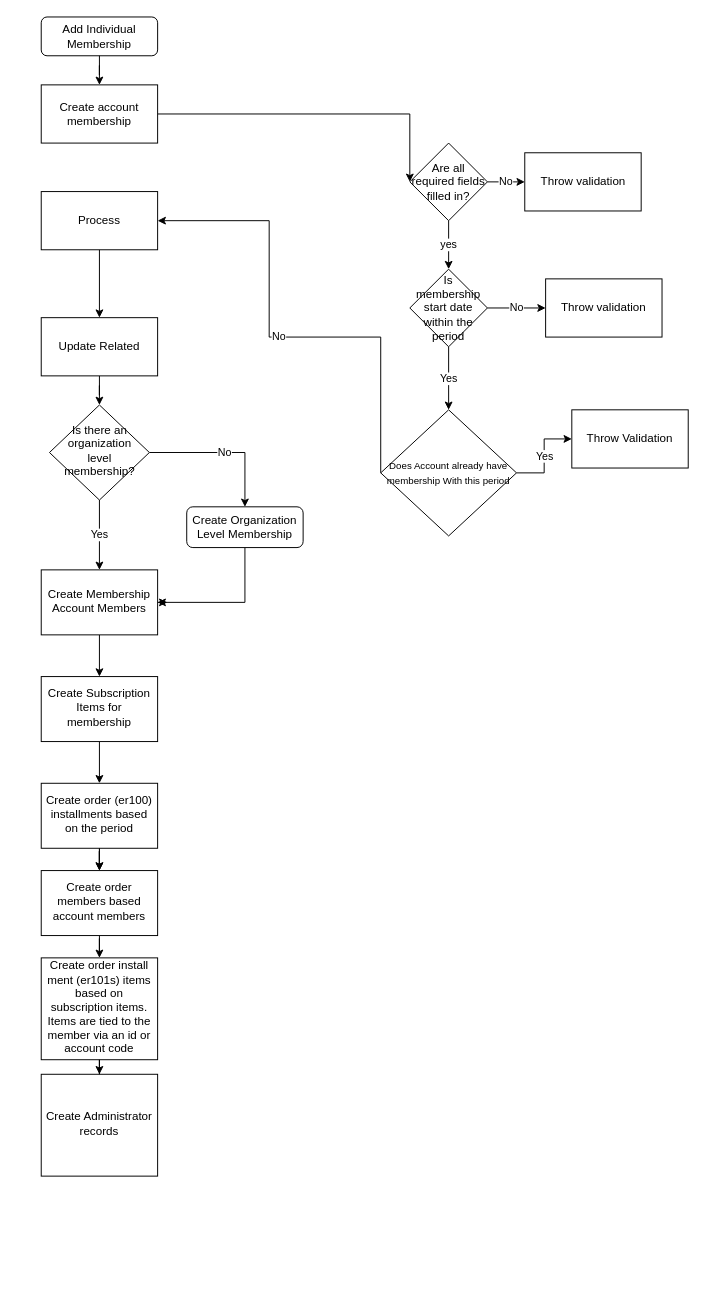
Above: MembershipAddIndividual.drawio in shelbyharris/Membership (draw.io), before the change. Source tidied: cells renumbered, new cells numbered last; positions are measured from the earlier drawing's top-left corner, leaving out a move shared by most shapes. Both pictures are drawn from the tidied source at 97%, with x=0, y=0 at pixel (41, 16).
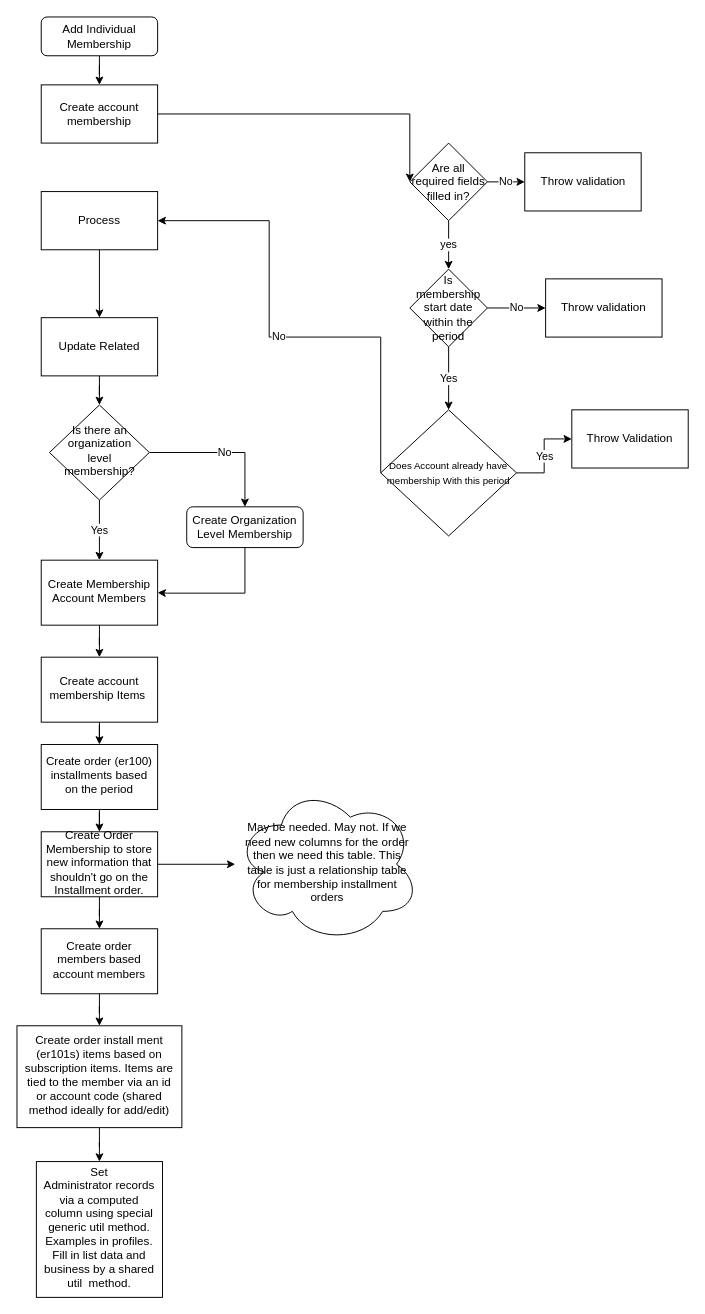
The same page after the edit.

Unchanged cells that the change refers to:
```xml
<mxCell id="4" value="Create Organization Level Membership" style="rounded=1;whiteSpace=wrap;html=1;fontSize=12;glass=0;strokeWidth=1;shadow=0;" parent="1" vertex="1">
  <mxGeometry x="150" y="505" width="120" height="42" as="geometry" />
</mxCell>
```

The edit, as a diff of the source:
```diff
@@
     <mxCell id="3" style="edgeStyle=orthogonalEdgeStyle;rounded=0;jettySize=auto;html=1;entryX=1;entryY=0.5;entryDx=0;entryDy=0;exitX=0.5;exitY=1;exitDx=0;exitDy=0;" parent="1" edge="1" source="4" target="19">
       <mxGeometry relative="1" as="geometry">
         <Array as="points">
-          <mxPoint x="210" y="604" />
+          <mxPoint x="210" y="594" />
+          <mxPoint x="130" y="594" />
         </Array>
       </mxGeometry>
     </mxCell>
@@
-    <mxCell id="18" style="edgeStyle=orthogonalEdgeStyle;rounded=0;jettySize=auto;html=1;exitX=1;exitY=0.5;exitDx=0;exitDy=0;" parent="1" edge="1" source="19">
-      <mxGeometry relative="1" as="geometry">
-        <mxPoint x="130" y="604" as="targetPoint" />
-      </mxGeometry>
-    </mxCell>
     <mxCell id="19" value="Create Membership Account Members" style="whiteSpace=wrap;html=1;shadow=0;strokeWidth=1;spacing=6;spacingTop=-4;" parent="1" vertex="1">
-      <mxGeometry y="570" width="120" height="67" as="geometry" />
+      <mxGeometry y="560" width="120" height="67" as="geometry" />
     </mxCell>
@@
-    <mxCell id="21" value="Create Subscription Items for membership&lt;br&gt;" style="whiteSpace=wrap;html=1;shadow=0;strokeWidth=1;spacing=6;spacingTop=-4;" parent="1" vertex="1">
-      <mxGeometry y="680" width="120" height="67" as="geometry" />
+    <mxCell id="21" value="Create account membership Items&amp;nbsp;" style="whiteSpace=wrap;html=1;shadow=0;strokeWidth=1;spacing=6;spacingTop=-4;" parent="1" vertex="1">
+      <mxGeometry y="660" width="120" height="67" as="geometry" />
     </mxCell>
@@
-    <mxCell id="23" style="edgeStyle=orthogonalEdgeStyle;rounded=0;jettySize=auto;html=1;" parent="1" edge="1" source="24" target="27">
-      <mxGeometry relative="1" as="geometry" />
-    </mxCell>
+    <mxCell id="40" style="edgeStyle=orthogonalEdgeStyle;rounded=0;jettySize=auto;html=1;" parent="1" edge="1" source="24" target="43">
+      <mxGeometry relative="1" as="geometry" />
+    </mxCell>
     <mxCell id="24" value="Create order (er100) installments based on the period" style="whiteSpace=wrap;html=1;shadow=0;strokeWidth=1;spacing=6;spacingTop=-4;" parent="1" vertex="1">
-      <mxGeometry y="790" width="120" height="67" as="geometry" />
+      <mxGeometry y="750" width="120" height="67" as="geometry" />
     </mxCell>
@@
-    <mxCell id="26" value="Create order install ment (er101s) items based on subscription items. Items are tied to the member via an id or account code" style="whiteSpace=wrap;html=1;shadow=0;strokeWidth=1;spacing=6;spacingTop=-4;" parent="1" vertex="1">
-      <mxGeometry y="970" width="120" height="105" as="geometry" />
+    <mxCell id="26" value="Create order install ment (er101s) items based on subscription items. Items are tied to the member via an id or account code (shared method ideally for add/edit)" style="whiteSpace=wrap;html=1;shadow=0;strokeWidth=1;spacing=6;spacingTop=-4;" parent="1" vertex="1">
+      <mxGeometry x="-25" y="1040" width="170" height="105" as="geometry" />
     </mxCell>
     <mxCell id="27" value="Create order members based account members" style="whiteSpace=wrap;html=1;shadow=0;strokeWidth=1;spacing=6;spacingTop=-4;" parent="1" vertex="1">
-      <mxGeometry y="880" width="120" height="67" as="geometry" />
+      <mxGeometry y="940" width="120" height="67" as="geometry" />
     </mxCell>
-    <mxCell id="28" style="edgeStyle=orthogonalEdgeStyle;rounded=0;jettySize=auto;html=1;" parent="1" edge="1" source="24" target="27">
-      <mxGeometry relative="1" as="geometry" />
-    </mxCell>
@@
-    <mxCell id="36" value="Create Administrator records&lt;br&gt;" style="whiteSpace=wrap;html=1;shadow=0;strokeWidth=1;spacing=6;spacingTop=-4;" parent="1" vertex="1">
-      <mxGeometry y="1090" width="120" height="105" as="geometry" />
+    <mxCell id="36" value="Set&lt;br&gt;Administrator records via a computed column using special generic util method. Examples in profiles. Fill in list data and business by a shared util&amp;nbsp; method." style="whiteSpace=wrap;html=1;shadow=0;strokeWidth=1;spacing=6;spacingTop=-4;" parent="1" vertex="1">
+      <mxGeometry x="-5" y="1180" width="130" height="140" as="geometry" />
     </mxCell>
@@
+    <mxCell id="41" style="edgeStyle=orthogonalEdgeStyle;rounded=0;jettySize=auto;html=1;entryX=0.5;entryY=0;entryDx=0;entryDy=0;" parent="1" edge="1" source="43" target="27">
+      <mxGeometry relative="1" as="geometry" />
+    </mxCell>
+    <mxCell id="42" style="edgeStyle=orthogonalEdgeStyle;rounded=0;jettySize=auto;html=1;" parent="1" edge="1" source="43" target="44">
+      <mxGeometry relative="1" as="geometry" />
+    </mxCell>
+    <mxCell id="43" value="Create Order Membership to store new information that shouldn't go on the Installment order." style="whiteSpace=wrap;html=1;shadow=0;strokeWidth=1;spacing=6;spacingTop=-4;" parent="1" vertex="1">
+      <mxGeometry y="840" width="120" height="67" as="geometry" />
+    </mxCell>
+    <mxCell id="44" value="May be needed. May not. If we need new columns for the order then we need this table. This table is just a relationship table for membership installment orders" style="ellipse;shape=cloud;whiteSpace=wrap;html=1;shadow=0;strokeWidth=1;spacing=6;spacingTop=-4;" parent="1" vertex="1">
+      <mxGeometry x="200" y="792.6" width="190" height="161.8" as="geometry" />
+    </mxCell>
```
